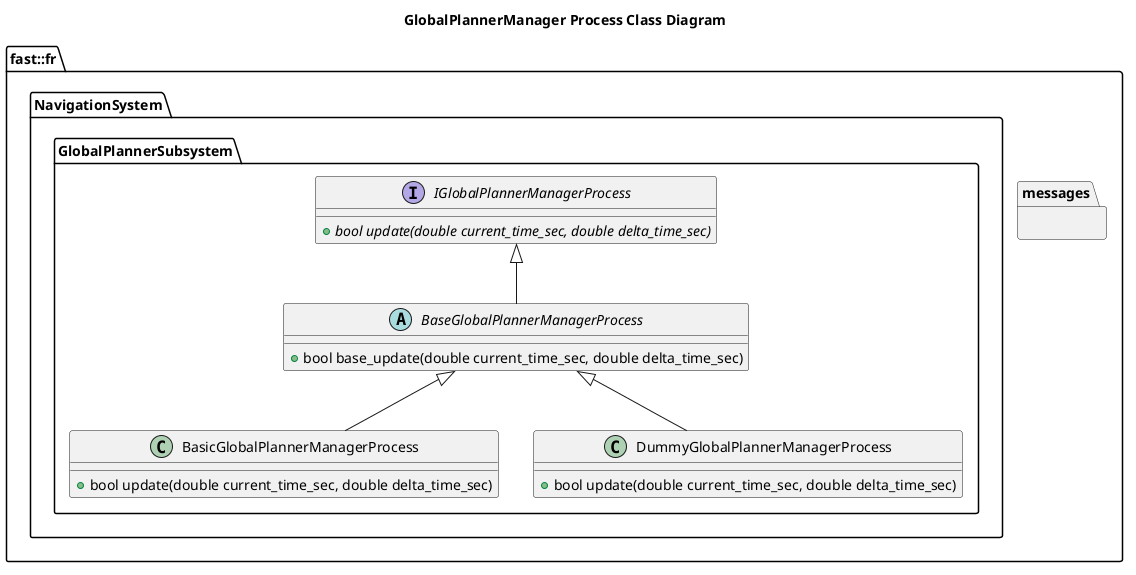
Before: Systems/Navigation/Subsystems/GlobalPlanner/Processes/GlobalPlannerManager/doc/puml/GlobalPlannerManagerProcessClassDiagram.png, a diagram exported from PlantUML (fastrobotics/robot_framework). Its diagram source:
```plantuml
@startuml
title GlobalPlannerManager Process Class Diagram

namespace fast::fr {
  namespace messages {
  }
  namespace NavigationSystem {
    namespace GlobalPlannerSubsystem {
        interface IGlobalPlannerManagerProcess  {
          +{abstract} bool update(double current_time_sec, double delta_time_sec)
        }
        abstract BaseGlobalPlannerManagerProcess {
          +bool base_update(double current_time_sec, double delta_time_sec)

        }
        BaseGlobalPlannerManagerProcess -up-|> IGlobalPlannerManagerProcess
        class BasicGlobalPlannerManagerProcess {
          +bool update(double current_time_sec, double delta_time_sec)
        }
        BasicGlobalPlannerManagerProcess -up-|> BaseGlobalPlannerManagerProcess
        class DummyGlobalPlannerManagerProcess {
          +bool update(double current_time_sec, double delta_time_sec)
        }
        DummyGlobalPlannerManagerProcess -up-|> BaseGlobalPlannerManagerProcess
    }
  }
}
@enduml
```
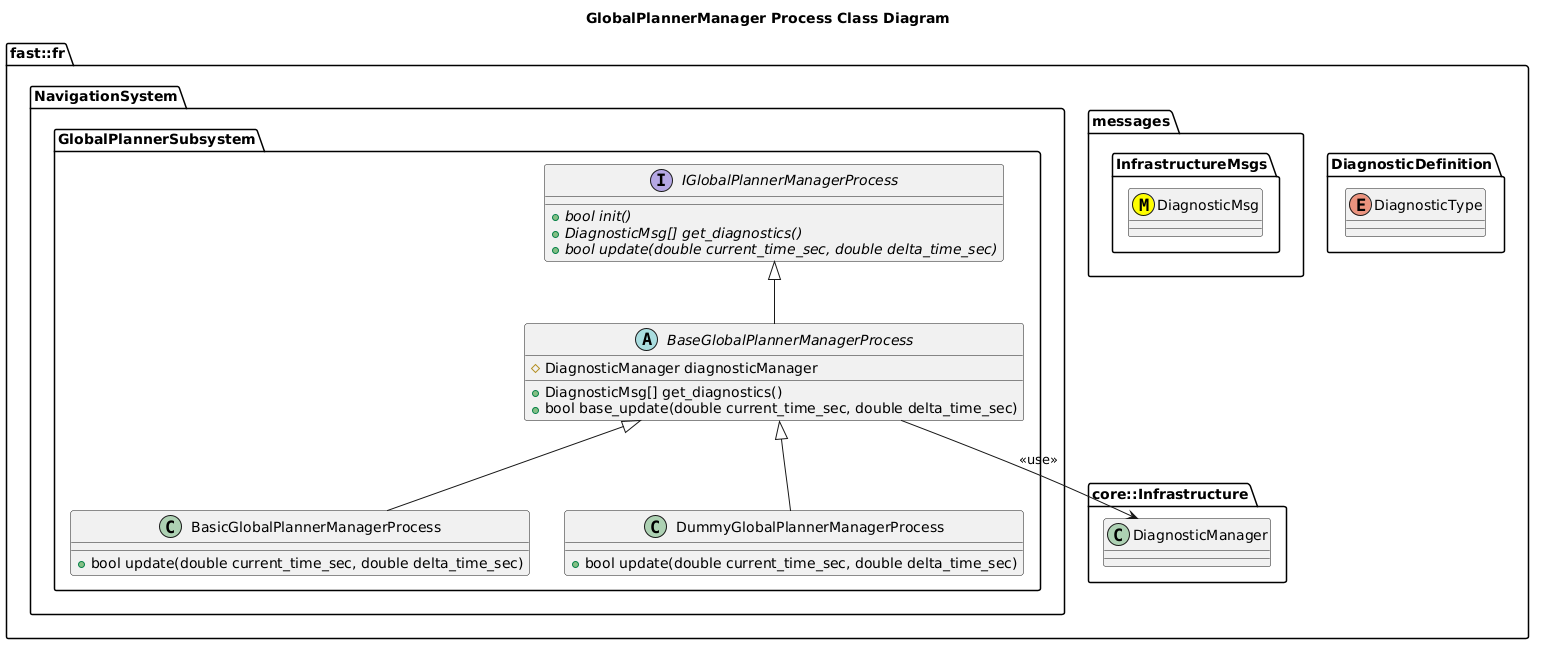
After the change.

Diff of the diagram source:
```diff
@@ -2,18 +2,32 @@
 title GlobalPlannerManager Process Class Diagram
 
 namespace fast::fr {
+  namespace DiagnosticDefinition {
+    enum DiagnosticType
+  }
   namespace messages {
+    namespace InfrastructureMsgs {
+      class DiagnosticMsg <<(M,#FFFF00)>>
+    }
+  }
+  namespace core::Infrastructure {
+    class DiagnosticManager
   }
   namespace NavigationSystem {
     namespace GlobalPlannerSubsystem {
         interface IGlobalPlannerManagerProcess  {
+          +{abstract} bool init()
+          +{abstract} DiagnosticMsg[] get_diagnostics()
           +{abstract} bool update(double current_time_sec, double delta_time_sec)
         }
         abstract BaseGlobalPlannerManagerProcess {
+          +DiagnosticMsg[] get_diagnostics()
           +bool base_update(double current_time_sec, double delta_time_sec)
+          #DiagnosticManager diagnosticManager
 
         }
         BaseGlobalPlannerManagerProcess -up-|> IGlobalPlannerManagerProcess
+        BaseGlobalPlannerManagerProcess --> DiagnosticManager: <<use>>
         class BasicGlobalPlannerManagerProcess {
           +bool update(double current_time_sec, double delta_time_sec)
         }
```
